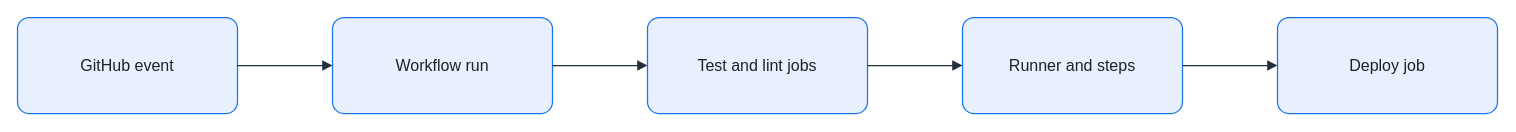
Earlier version of the draw.io diagram assets/img/ci-cd/github-actions-workflow-flow.drawio (KKamJi98/kkamji98.github.io). Source tidied: cells renumbered, new cells numbered last; positions are measured from the earlier drawing's top-left corner, leaving out a move shared by most shapes. Both pictures are drawn from the tidied source at 100%, with x=0, y=0 at pixel (17, 17).
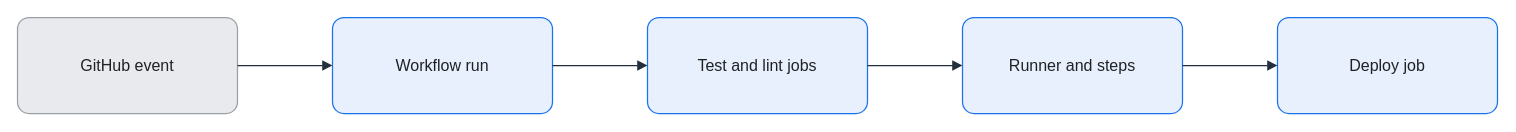
Above is the later version.

Diff of the diagram source:
```diff
@@
 <mxGraphModel background="#FFFFFF">
   <root>
     <mxCell id="0" />
     <mxCell id="1" parent="0" />
-    <mxCell id="2" value="GitHub event" style="rounded=1;arcSize=12;whiteSpace=wrap;html=0;fillColor=#E8F0FE;strokeColor=#1A73E8;strokeWidth=1.25;fontColor=#202124;fontSize=16;align=center;verticalAlign=middle;spacing=8;shadow=0;" parent="1" vertex="1">
+    <mxCell id="2" value="GitHub event" style="rounded=1;arcSize=12;whiteSpace=wrap;html=0;fillColor=#E8EAED;strokeColor=#9AA0A6;strokeWidth=1.25;fontColor=#202124;fontSize=16;align=center;verticalAlign=middle;spacing=8;shadow=0;" parent="1" vertex="1">
       <mxGeometry width="220" height="96" as="geometry" />
     </mxCell>
     <mxCell id="3" value="Workflow run" style="rounded=1;arcSize=12;whiteSpace=wrap;html=0;fillColor=#E8F0FE;strokeColor=#1A73E8;strokeWidth=1.25;fontColor=#202124;fontSize=16;align=center;verticalAlign=middle;spacing=8;shadow=0;" parent="1" vertex="1">
       <mxGeometry x="315" width="220" height="96" as="geometry" />
     </mxCell>
     <mxCell id="4" value="Test and lint jobs" style="rounded=1;arcSize=12;whiteSpace=wrap;html=0;fillColor=#E8F0FE;strokeColor=#1A73E8;strokeWidth=1.25;fontColor=#202124;fontSize=16;align=center;verticalAlign=middle;spacing=8;shadow=0;" parent="1" vertex="1">
       <mxGeometry x="630" width="220" height="96" as="geometry" />
     </mxCell>
     <mxCell id="5" value="Runner and steps" style="rounded=1;arcSize=12;whiteSpace=wrap;html=0;fillColor=#E8F0FE;strokeColor=#1A73E8;strokeWidth=1.25;fontColor=#202124;fontSize=16;align=center;verticalAlign=middle;spacing=8;shadow=0;" parent="1" vertex="1">
       <mxGeometry x="945" width="220" height="96" as="geometry" />
     </mxCell>
     <mxCell id="6" value="Deploy job" style="rounded=1;arcSize=12;whiteSpace=wrap;html=0;fillColor=#E8F0FE;strokeColor=#1A73E8;strokeWidth=1.25;fontColor=#202124;fontSize=16;align=center;verticalAlign=middle;spacing=8;shadow=0;" parent="1" vertex="1">
       <mxGeometry x="1260" width="220" height="96" as="geometry" />
     </mxCell>
     <mxCell id="7" style="edgeStyle=orthogonalEdgeStyle;rounded=0;jettySize=auto;html=0;endArrow=block;endFill=1;strokeColor=#232F3E;strokeWidth=1.25;fontColor=#202124;labelBackgroundColor=none;exitX=1;exitY=0.5;exitDx=0;exitDy=0;entryX=0;entryY=0.5;entryDx=0;entryDy=0;endSize=7;" parent="1" edge="1" source="2" target="3">
       <mxGeometry relative="1" as="geometry" />
     </mxCell>
     <mxCell id="8" style="edgeStyle=orthogonalEdgeStyle;rounded=0;jettySize=auto;html=0;endArrow=block;endFill=1;strokeColor=#232F3E;strokeWidth=1.25;fontColor=#202124;labelBackgroundColor=none;exitX=1;exitY=0.5;exitDx=0;exitDy=0;entryX=0;entryY=0.5;entryDx=0;entryDy=0;endSize=7;" parent="1" edge="1" source="3" target="4">
       <mxGeometry relative="1" as="geometry" />
     </mxCell>
     <mxCell id="9" style="edgeStyle=orthogonalEdgeStyle;rounded=0;jettySize=auto;html=0;endArrow=block;endFill=1;strokeColor=#232F3E;strokeWidth=1.25;fontColor=#202124;labelBackgroundColor=none;exitX=1;exitY=0.5;exitDx=0;exitDy=0;entryX=0;entryY=0.5;entryDx=0;entryDy=0;endSize=7;" parent="1" edge="1" source="4" target="5">
       <mxGeometry relative="1" as="geometry" />
     </mxCell>
     <mxCell id="10" style="edgeStyle=orthogonalEdgeStyle;rounded=0;jettySize=auto;html=0;endArrow=block;endFill=1;strokeColor=#232F3E;strokeWidth=1.25;fontColor=#202124;labelBackgroundColor=none;exitX=1;exitY=0.5;exitDx=0;exitDy=0;entryX=0;entryY=0.5;entryDx=0;entryDy=0;endSize=7;" parent="1" edge="1" source="5" target="6">
       <mxGeometry relative="1" as="geometry" />
     </mxCell>
   </root>
 </mxGraphModel>
```
